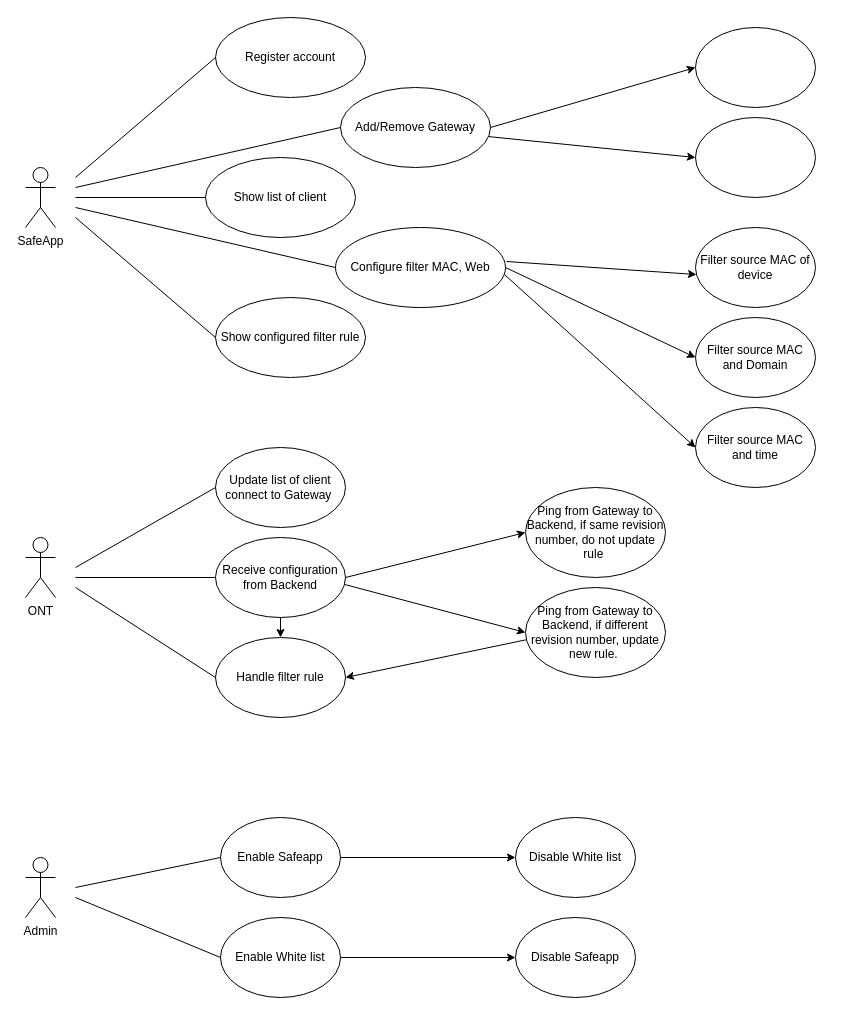
The draw.io diagram Untitled Diagram.drawio in nhatdevemb/Image_galerry, before the edit. Source tidied: cells renumbered, new cells numbered last; positions are measured from the earlier drawing's top-left corner, leaving out a move shared by most shapes. Both pictures are drawn from the tidied source at 100%, with x=0, y=0 at pixel (25, 17).
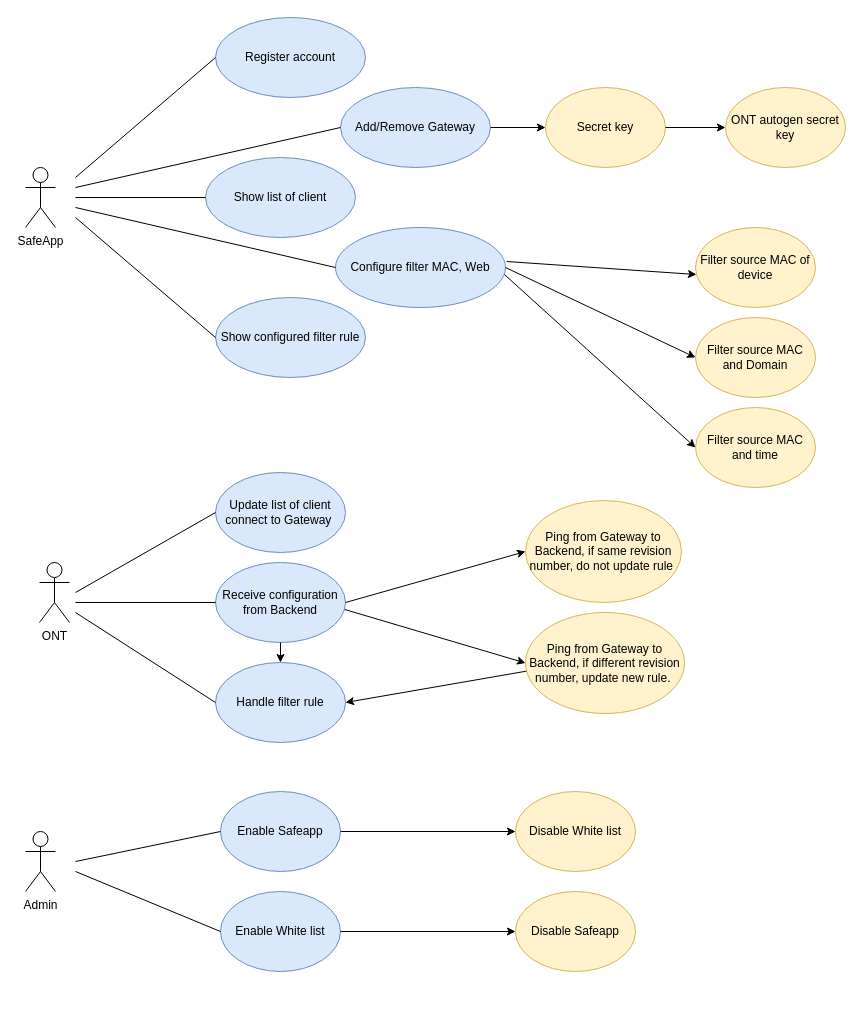
Above is the later version.

The edit, as a diff of the source:
```diff
@@
-    <mxCell id="3" value="Register account" style="ellipse;whiteSpace=wrap;html=1;" parent="1" vertex="1">
+    <mxCell id="3" value="Register account" style="ellipse;whiteSpace=wrap;html=1;fillColor=#dae8fc;strokeColor=#6c8ebf;" parent="1" vertex="1">
       <mxGeometry x="190" width="150" height="80" as="geometry" />
     </mxCell>
-    <mxCell id="4" value="Show configured filter rule" style="ellipse;whiteSpace=wrap;html=1;" parent="1" vertex="1">
+    <mxCell id="4" value="Show configured filter rule" style="ellipse;whiteSpace=wrap;html=1;fillColor=#dae8fc;strokeColor=#6c8ebf;" parent="1" vertex="1">
       <mxGeometry x="190" y="280" width="150" height="80" as="geometry" />
     </mxCell>
-    <mxCell id="5" value="Add/Remove Gateway" style="ellipse;whiteSpace=wrap;html=1;" parent="1" vertex="1">
+    <mxCell id="5" value="Add/Remove Gateway" style="ellipse;whiteSpace=wrap;html=1;fillColor=#dae8fc;strokeColor=#6c8ebf;" parent="1" vertex="1">
       <mxGeometry x="315" y="70" width="150" height="80" as="geometry" />
     </mxCell>
-    <mxCell id="6" value="Configure filter MAC, Web" style="ellipse;whiteSpace=wrap;html=1;" parent="1" vertex="1">
+    <mxCell id="6" value="Configure filter MAC, Web" style="ellipse;whiteSpace=wrap;html=1;fillColor=#dae8fc;strokeColor=#6c8ebf;" parent="1" vertex="1">
       <mxGeometry x="310" y="210" width="170" height="80" as="geometry" />
     </mxCell>
-    <mxCell id="7" value="Show list of client" style="ellipse;whiteSpace=wrap;html=1;" parent="1" vertex="1">
+    <mxCell id="7" value="Show list of client" style="ellipse;whiteSpace=wrap;html=1;fillColor=#dae8fc;strokeColor=#6c8ebf;" parent="1" vertex="1">
       <mxGeometry x="180" y="140" width="150" height="80" as="geometry" />
     </mxCell>
@@
     <mxCell id="13" value="ONT" style="shape=umlActor;verticalLabelPosition=bottom;verticalAlign=top;html=1;" parent="1" vertex="1">
-      <mxGeometry y="520" width="30" height="60" as="geometry" />
+      <mxGeometry x="14" y="545" width="30" height="60" as="geometry" />
     </mxCell>
-    <mxCell id="14" value="Filter source MAC of device" style="ellipse;whiteSpace=wrap;html=1;" parent="1" vertex="1">
+    <mxCell id="14" value="Filter source MAC of device" style="ellipse;whiteSpace=wrap;html=1;fillColor=#fff2cc;strokeColor=#d6b656;" parent="1" vertex="1">
       <mxGeometry x="670" y="210" width="120" height="80" as="geometry" />
     </mxCell>
-    <mxCell id="15" value="Filter source MAC and Domain" style="ellipse;whiteSpace=wrap;html=1;" parent="1" vertex="1">
+    <mxCell id="15" value="Filter source MAC and Domain" style="ellipse;whiteSpace=wrap;html=1;fillColor=#fff2cc;strokeColor=#d6b656;" parent="1" vertex="1">
       <mxGeometry x="670" y="300" width="120" height="80" as="geometry" />
     </mxCell>
-    <mxCell id="16" value="Filter source MAC and time" style="ellipse;whiteSpace=wrap;html=1;" parent="1" vertex="1">
+    <mxCell id="16" value="Filter source MAC and time" style="ellipse;whiteSpace=wrap;html=1;fillColor=#fff2cc;strokeColor=#d6b656;" parent="1" vertex="1">
       <mxGeometry x="670" y="390" width="120" height="80" as="geometry" />
     </mxCell>
@@
-    <mxCell id="20" value="Update list of client connect to Gateway&amp;nbsp;" style="ellipse;whiteSpace=wrap;html=1;" parent="1" vertex="1">
-      <mxGeometry x="190" y="430" width="130" height="80" as="geometry" />
+    <mxCell id="20" value="Update list of client connect to Gateway&amp;nbsp;" style="ellipse;whiteSpace=wrap;html=1;fillColor=#dae8fc;strokeColor=#6c8ebf;" parent="1" vertex="1">
+      <mxGeometry x="190" y="455" width="130" height="80" as="geometry" />
     </mxCell>
-    <mxCell id="21" value="Receive configuration from Backend" style="ellipse;whiteSpace=wrap;html=1;" parent="1" vertex="1">
-      <mxGeometry x="190" y="520" width="130" height="80" as="geometry" />
+    <mxCell id="21" value="Receive configuration from Backend" style="ellipse;whiteSpace=wrap;html=1;fillColor=#dae8fc;strokeColor=#6c8ebf;" parent="1" vertex="1">
+      <mxGeometry x="190" y="545" width="130" height="80" as="geometry" />
     </mxCell>
-    <mxCell id="22" value="Handle filter rule" style="ellipse;whiteSpace=wrap;html=1;" parent="1" vertex="1">
-      <mxGeometry x="190" y="620" width="130" height="80" as="geometry" />
+    <mxCell id="22" value="Handle filter rule" style="ellipse;whiteSpace=wrap;html=1;fillColor=#dae8fc;strokeColor=#6c8ebf;" parent="1" vertex="1">
+      <mxGeometry x="190" y="645" width="130" height="80" as="geometry" />
     </mxCell>
     <mxCell id="23" style="endArrow=none;html=1;rounded=0;entryX=0;entryY=0.5;entryDx=0;entryDy=0;" parent="1" edge="1" target="20">
       <mxGeometry relative="1" as="geometry">
-        <mxPoint x="50" y="550" as="sourcePoint" />
+        <mxPoint x="50" y="575" as="sourcePoint" />
       </mxGeometry>
     </mxCell>
     <mxCell id="24" style="endArrow=none;html=1;rounded=0;entryX=0;entryY=0.5;entryDx=0;entryDy=0;" parent="1" edge="1" target="21">
       <mxGeometry relative="1" as="geometry">
-        <mxPoint x="50" y="560" as="sourcePoint" />
+        <mxPoint x="50" y="585" as="sourcePoint" />
       </mxGeometry>
     </mxCell>
     <mxCell id="25" style="endArrow=none;html=1;rounded=0;entryX=0;entryY=0.5;entryDx=0;entryDy=0;" parent="1" edge="1" target="22">
       <mxGeometry relative="1" as="geometry">
-        <mxPoint x="50" y="570" as="sourcePoint" />
+        <mxPoint x="50" y="595" as="sourcePoint" />
       </mxGeometry>
     </mxCell>
-    <mxCell id="26" value="Ping from Gateway to Backend, if same revision number, do not update rule&amp;nbsp;" style="ellipse;whiteSpace=wrap;html=1;" parent="1" vertex="1">
-      <mxGeometry x="500" y="470" width="140" height="90" as="geometry" />
+    <mxCell id="26" value="Ping from Gateway to Backend, if same revision number, do not update rule&amp;nbsp;" style="ellipse;whiteSpace=wrap;html=1;fillColor=#fff2cc;strokeColor=#d6b656;" parent="1" vertex="1">
+      <mxGeometry x="500" y="483" width="156" height="102" as="geometry" />
     </mxCell>
@@
-    <mxCell id="28" value="&lt;span&gt;Ping from Gateway to Backend, if different revision number, update new rule.&amp;nbsp;&lt;/span&gt;" style="ellipse;whiteSpace=wrap;html=1;" parent="1" vertex="1">
-      <mxGeometry x="500" y="570" width="140" height="90" as="geometry" />
+    <mxCell id="28" value="&lt;span&gt;Ping from Gateway to Backend, if different revision number, update new rule.&amp;nbsp;&lt;/span&gt;" style="ellipse;whiteSpace=wrap;html=1;fillColor=#fff2cc;strokeColor=#d6b656;" parent="1" vertex="1">
+      <mxGeometry x="500" y="595" width="159" height="101" as="geometry" />
     </mxCell>
@@
     <mxCell id="32" value="Admin" style="shape=umlActor;verticalLabelPosition=bottom;verticalAlign=top;html=1;" parent="1" vertex="1">
-      <mxGeometry y="840" width="30" height="60" as="geometry" />
+      <mxGeometry y="814" width="30" height="60" as="geometry" />
     </mxCell>
-    <mxCell id="33" value="Enable Safeapp" style="ellipse;whiteSpace=wrap;html=1;" parent="1" vertex="1">
-      <mxGeometry x="195" y="800" width="120" height="80" as="geometry" />
+    <mxCell id="33" value="Enable Safeapp" style="ellipse;whiteSpace=wrap;html=1;fillColor=#dae8fc;strokeColor=#6c8ebf;" parent="1" vertex="1">
+      <mxGeometry x="195" y="774" width="120" height="80" as="geometry" />
     </mxCell>
-    <mxCell id="34" value="Enable White list" style="ellipse;whiteSpace=wrap;html=1;" parent="1" vertex="1">
-      <mxGeometry x="195" y="900" width="120" height="80" as="geometry" />
+    <mxCell id="34" value="Enable White list" style="ellipse;whiteSpace=wrap;html=1;fillColor=#dae8fc;strokeColor=#6c8ebf;" parent="1" vertex="1">
+      <mxGeometry x="195" y="874" width="120" height="80" as="geometry" />
     </mxCell>
     <mxCell id="35" style="endArrow=none;html=1;rounded=0;entryX=0;entryY=0.5;entryDx=0;entryDy=0;" parent="1" edge="1" target="33">
       <mxGeometry relative="1" as="geometry">
-        <mxPoint x="50" y="870" as="sourcePoint" />
+        <mxPoint x="50" y="844" as="sourcePoint" />
       </mxGeometry>
     </mxCell>
     <mxCell id="36" style="endArrow=none;html=1;rounded=0;entryX=0;entryY=0.5;entryDx=0;entryDy=0;" parent="1" edge="1" target="34">
       <mxGeometry relative="1" as="geometry">
-        <mxPoint x="50" y="880" as="sourcePoint" />
+        <mxPoint x="50" y="854" as="sourcePoint" />
       </mxGeometry>
     </mxCell>
-    <mxCell id="37" value="Disable White list" style="ellipse;whiteSpace=wrap;html=1;" parent="1" vertex="1">
-      <mxGeometry x="490" y="800" width="120" height="80" as="geometry" />
+    <mxCell id="37" value="Disable White list" style="ellipse;whiteSpace=wrap;html=1;fillColor=#fff2cc;strokeColor=#d6b656;" parent="1" vertex="1">
+      <mxGeometry x="490" y="774" width="120" height="80" as="geometry" />
     </mxCell>
-    <mxCell id="38" value="Disable Safeapp" style="ellipse;whiteSpace=wrap;html=1;" parent="1" vertex="1">
-      <mxGeometry x="490" y="900" width="120" height="80" as="geometry" />
+    <mxCell id="38" value="Disable Safeapp" style="ellipse;whiteSpace=wrap;html=1;fillColor=#fff2cc;strokeColor=#d6b656;" parent="1" vertex="1">
+      <mxGeometry x="490" y="874" width="120" height="80" as="geometry" />
     </mxCell>
@@
-    <mxCell id="41" style="ellipse;whiteSpace=wrap;html=1;" parent="1" vertex="1">
-      <mxGeometry x="670" y="100" width="120" height="80" as="geometry" />
-    </mxCell>
-    <mxCell id="42" style="ellipse;whiteSpace=wrap;html=1;" parent="1" vertex="1">
-      <mxGeometry x="670" y="10" width="120" height="80" as="geometry" />
+    <mxCell id="42" value="Secret key" style="ellipse;whiteSpace=wrap;html=1;fillColor=#fff2cc;strokeColor=#d6b656;" parent="1" vertex="1">
+      <mxGeometry x="520" y="70" width="120" height="80" as="geometry" />
     </mxCell>
@@
-    <mxCell id="44" style="endArrow=classic;html=1;rounded=0;entryX=0;entryY=0.5;entryDx=0;entryDy=0;exitX=0.989;exitY=0.614;exitDx=0;exitDy=0;exitPerimeter=0;" parent="1" edge="1" source="5" target="41">
-      <mxGeometry relative="1" as="geometry" />
-    </mxCell>
+    <mxCell id="45" value="ONT autogen secret key" style="ellipse;whiteSpace=wrap;html=1;fillColor=#fff2cc;strokeColor=#d6b656;" parent="1" vertex="1">
+      <mxGeometry x="700" y="70" width="120" height="80" as="geometry" />
+    </mxCell>
+    <mxCell id="46" style="endArrow=classic;html=1;rounded=0;entryX=0;entryY=0.5;entryDx=0;entryDy=0;exitX=1;exitY=0.5;exitDx=0;exitDy=0;" parent="1" edge="1" source="42" target="45">
+      <mxGeometry relative="1" as="geometry" />
+    </mxCell>
```
